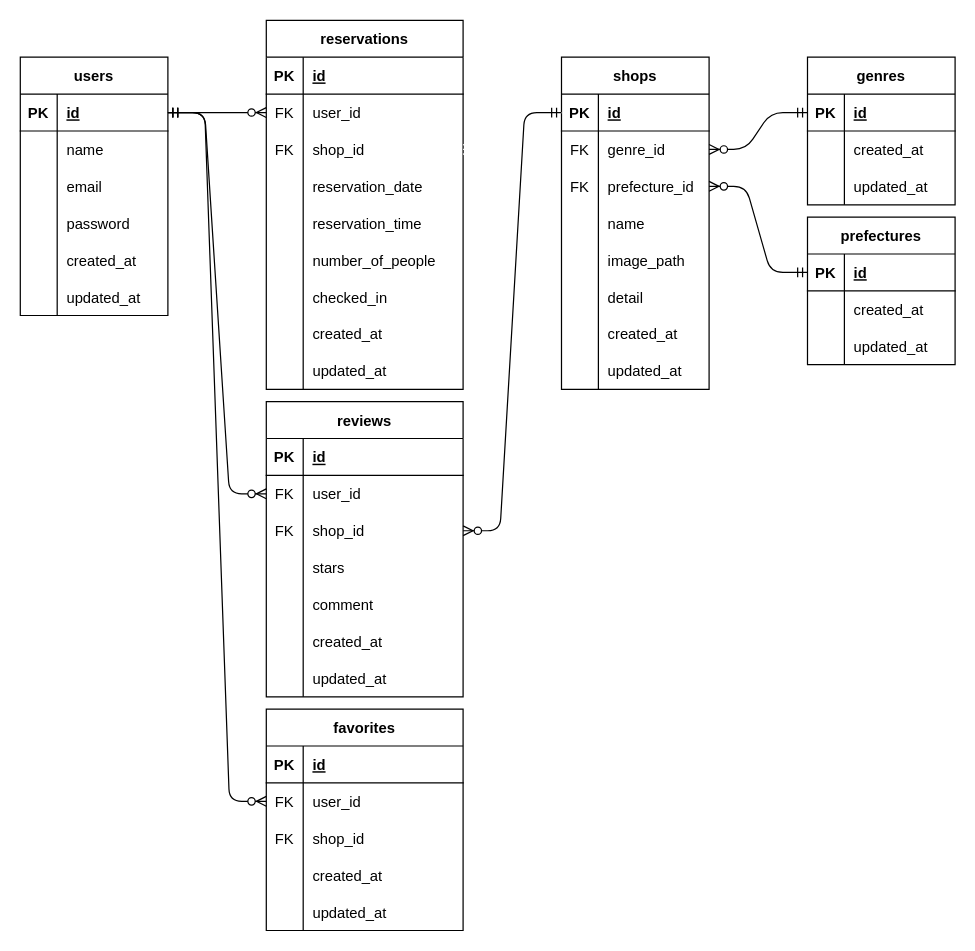
Before: .drawio in teestojko/rese, a draw.io diagram. Source tidied: cells renumbered, new cells numbered last; positions are measured from the earlier drawing's top-left corner, leaving out a move shared by most shapes. Both pictures are drawn from the tidied source at 123%, with x=0, y=0 at pixel (20, 20).
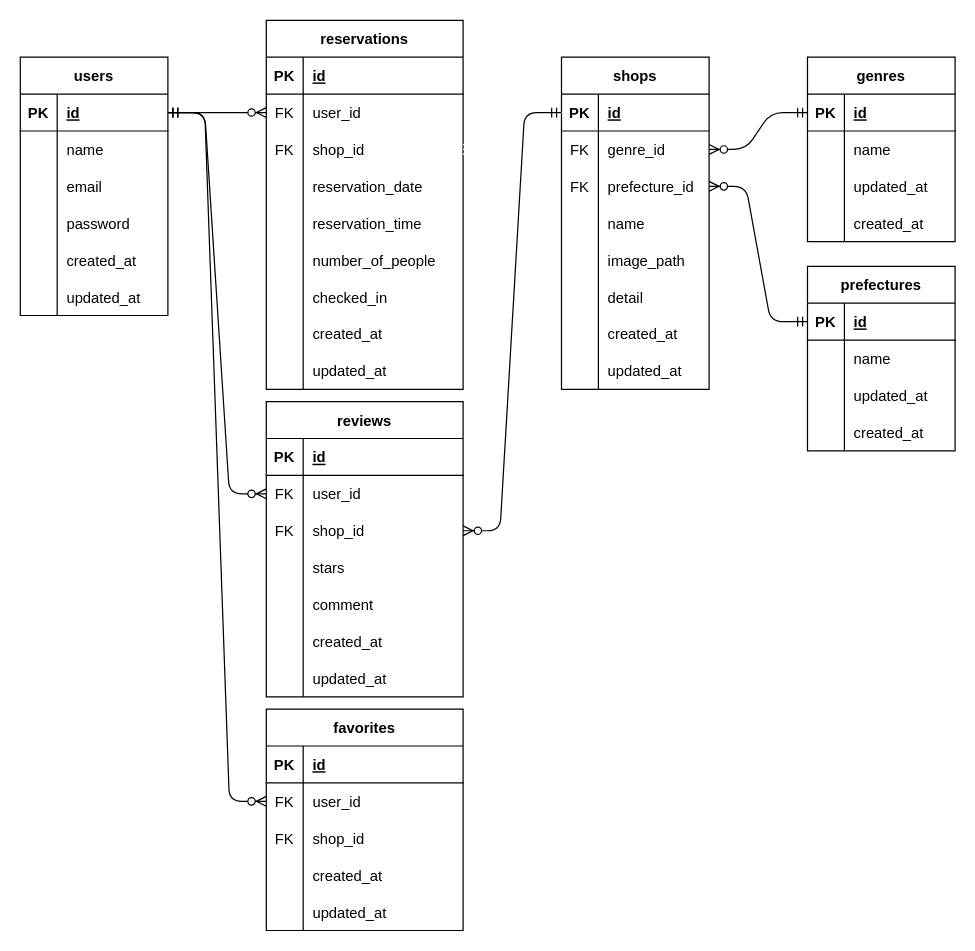
The same diagram, later.

Unchanged cells that the change refers to:
```xml
<mxCell id="122" style="shape=tableRow;horizontal=0;startSize=0;swimlaneHead=0;swimlaneBody=0;fillColor=none;top=0;left=0;right=0;bottom=0;" parent="118" vertex="1">
  <mxGeometry y="60" width="120" height="30" as="geometry" />
</mxCell>
<mxCell id="132" style="shape=tableRow;horizontal=0;startSize=0;swimlaneHead=0;swimlaneBody=0;fillColor=none;top=0;left=0;right=0;bottom=0;" parent="128" vertex="1">
  <mxGeometry y="60" width="120" height="30" as="geometry" />
</mxCell>
```

Diff of the diagram source:
```diff
@@
     <mxCell id="118" value="genres" style="shape=table;startSize=30;childLayout=tableLayout;rowLines=0;fontStyle=1;align=center;" parent="1" vertex="1">
-      <mxGeometry x="640" y="30" width="120" height="120" as="geometry" />
+      <mxGeometry x="640" y="30" width="120" height="150" as="geometry" />
     </mxCell>
@@
-    <mxCell id="124" value="created_at" style="shape=partialRectangle;fillColor=none;top=0;left=0;bottom=0;right=0;align=left;spacingLeft=6;overflow=hidden;" parent="122" vertex="1">
+    <mxCell id="124" value="name" style="shape=partialRectangle;fillColor=none;top=0;left=0;bottom=0;right=0;align=left;spacingLeft=6;overflow=hidden;" parent="122" vertex="1">
       <mxGeometry x="30" width="90" height="30" as="geometry" />
     </mxCell>
@@
+    <mxCell id="140" style="shape=tableRow;horizontal=0;startSize=0;swimlaneHead=0;swimlaneBody=0;fillColor=none;top=0;left=0;right=0;bottom=0;" parent="118" vertex="1">
+      <mxGeometry y="120" width="120" height="30" as="geometry" />
+    </mxCell>
+    <mxCell id="141" style="shape=partialRectangle;fillColor=none;top=0;left=0;bottom=0;right=0;overflow=hidden;" parent="140" vertex="1">
+      <mxGeometry width="30" height="30" as="geometry" />
+    </mxCell>
+    <mxCell id="142" value="created_at" style="shape=partialRectangle;fillColor=none;top=0;left=0;bottom=0;right=0;align=left;spacingLeft=6;overflow=hidden;" parent="140" vertex="1">
+      <mxGeometry x="30" width="90" height="30" as="geometry" />
+    </mxCell>
     <mxCell id="128" value="prefectures" style="shape=table;startSize=30;childLayout=tableLayout;rowLines=0;fontStyle=1;align=center;" parent="1" vertex="1">
-      <mxGeometry x="640" y="160" width="120" height="120" as="geometry" />
+      <mxGeometry x="640" y="200" width="120" height="150" as="geometry" />
     </mxCell>
@@
-    <mxCell id="134" value="created_at" style="shape=partialRectangle;fillColor=none;top=0;left=0;bottom=0;right=0;align=left;spacingLeft=6;overflow=hidden;" parent="132" vertex="1">
+    <mxCell id="134" value="name" style="shape=partialRectangle;fillColor=none;top=0;left=0;bottom=0;right=0;align=left;spacingLeft=6;overflow=hidden;" parent="132" vertex="1">
       <mxGeometry x="30" width="90" height="30" as="geometry" />
     </mxCell>
@@
+    <mxCell id="143" style="shape=tableRow;horizontal=0;startSize=0;swimlaneHead=0;swimlaneBody=0;fillColor=none;top=0;left=0;right=0;bottom=0;" parent="128" vertex="1">
+      <mxGeometry y="120" width="120" height="30" as="geometry" />
+    </mxCell>
+    <mxCell id="144" style="shape=partialRectangle;fillColor=none;top=0;left=0;bottom=0;right=0;overflow=hidden;" parent="143" vertex="1">
+      <mxGeometry width="30" height="30" as="geometry" />
+    </mxCell>
+    <mxCell id="145" value="created_at" style="shape=partialRectangle;fillColor=none;top=0;left=0;bottom=0;right=0;align=left;spacingLeft=6;overflow=hidden;" parent="143" vertex="1">
+      <mxGeometry x="30" width="90" height="30" as="geometry" />
+    </mxCell>
```
